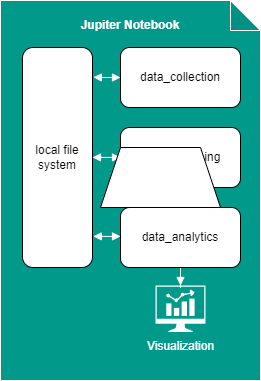
This is abbildungen/Prototyp Architecture.drawio.png from Aletender/SemiUnstructDataAnalysis-Semianrarbeit, a draw.io export, as it was before one commit. Source tidied: cells renumbered, new cells last; positions are measured from the earlier drawing's top-left corner, leaving out a move shared by most shapes.
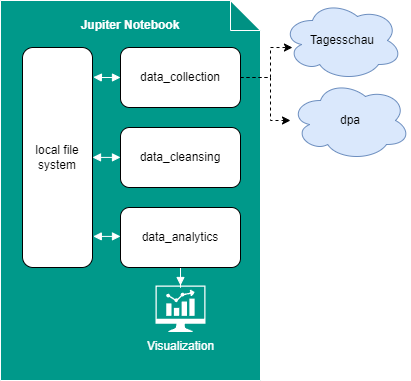
Above is the later version.

The edit, as a diff of the source:
```diff
@@ -8,6 +8,14 @@
     <mxCell id="3" style="edgeStyle=orthogonalEdgeStyle;rounded=0;jettySize=auto;html=1;entryX=1.012;entryY=0.135;entryDx=0;entryDy=0;entryPerimeter=0;strokeColor=#FFFFFF;endArrow=block;endFill=1;startArrow=block;startFill=1;" parent="1" edge="1" source="4" target="8">
       <mxGeometry relative="1" as="geometry" />
     </mxCell>
+    <mxCell id="13" style="edgeStyle=orthogonalEdgeStyle;rounded=0;jettySize=auto;html=1;dashed=1;" parent="1" edge="1" source="4" target="15">
+      <mxGeometry relative="1" as="geometry">
+        <Array as="points">
+          <mxPoint x="270" y="77" />
+          <mxPoint x="270" y="120" />
+        </Array>
+      </mxGeometry>
+    </mxCell>
     <mxCell id="4" value="data_collection" style="rounded=1;whiteSpace=wrap;html=1;" parent="1" vertex="1">
       <mxGeometry x="120" y="47" width="120" height="60" as="geometry" />
     </mxCell>
@@ -36,8 +44,19 @@
     <mxCell id="11" value="Visualization" style="sketch=0;shadow=0;dashed=0;html=1;strokeColor=none;fillColor=#ffffff;labelPosition=center;verticalLabelPosition=bottom;verticalAlign=top;align=center;outlineConnect=0;shape=mxgraph.vvd.nsx_dashboard;fontColor=#FFFFFF;" parent="1" vertex="1">
       <mxGeometry x="155" y="285" width="50" height="46.5" as="geometry" />
     </mxCell>
-    <mxCell id="12" style="shape=trapezoid;perimeter=trapezoidPerimeter;whiteSpace=wrap;html=1;fixedSize=1;" parent="1" vertex="1">
-      <mxGeometry x="100" y="147" width="120" height="60" as="geometry" />
-    </mxCell>
+    <mxCell id="14" value="Tagesschau" style="ellipse;shape=cloud;whiteSpace=wrap;html=1;fillColor=#dae8fc;strokeColor=#6c8ebf;" parent="1" vertex="1">
+      <mxGeometry x="282" width="120" height="80" as="geometry" />
+    </mxCell>
+    <mxCell id="15" value="dpa" style="ellipse;shape=cloud;whiteSpace=wrap;html=1;fillColor=#dae8fc;strokeColor=#6c8ebf;" parent="1" vertex="1">
+      <mxGeometry x="290" y="80" width="120" height="80" as="geometry" />
+    </mxCell>
+    <mxCell id="16" style="edgeStyle=orthogonalEdgeStyle;rounded=0;jettySize=auto;html=1;entryX=0.083;entryY=0.588;entryDx=0;entryDy=0;entryPerimeter=0;dashed=1;" parent="1" edge="1" source="4" target="14">
+      <mxGeometry relative="1" as="geometry">
+        <Array as="points">
+          <mxPoint x="270" y="77" />
+          <mxPoint x="270" y="47" />
+        </Array>
+      </mxGeometry>
+    </mxCell>
   </root>
 </mxGraphModel>
```
